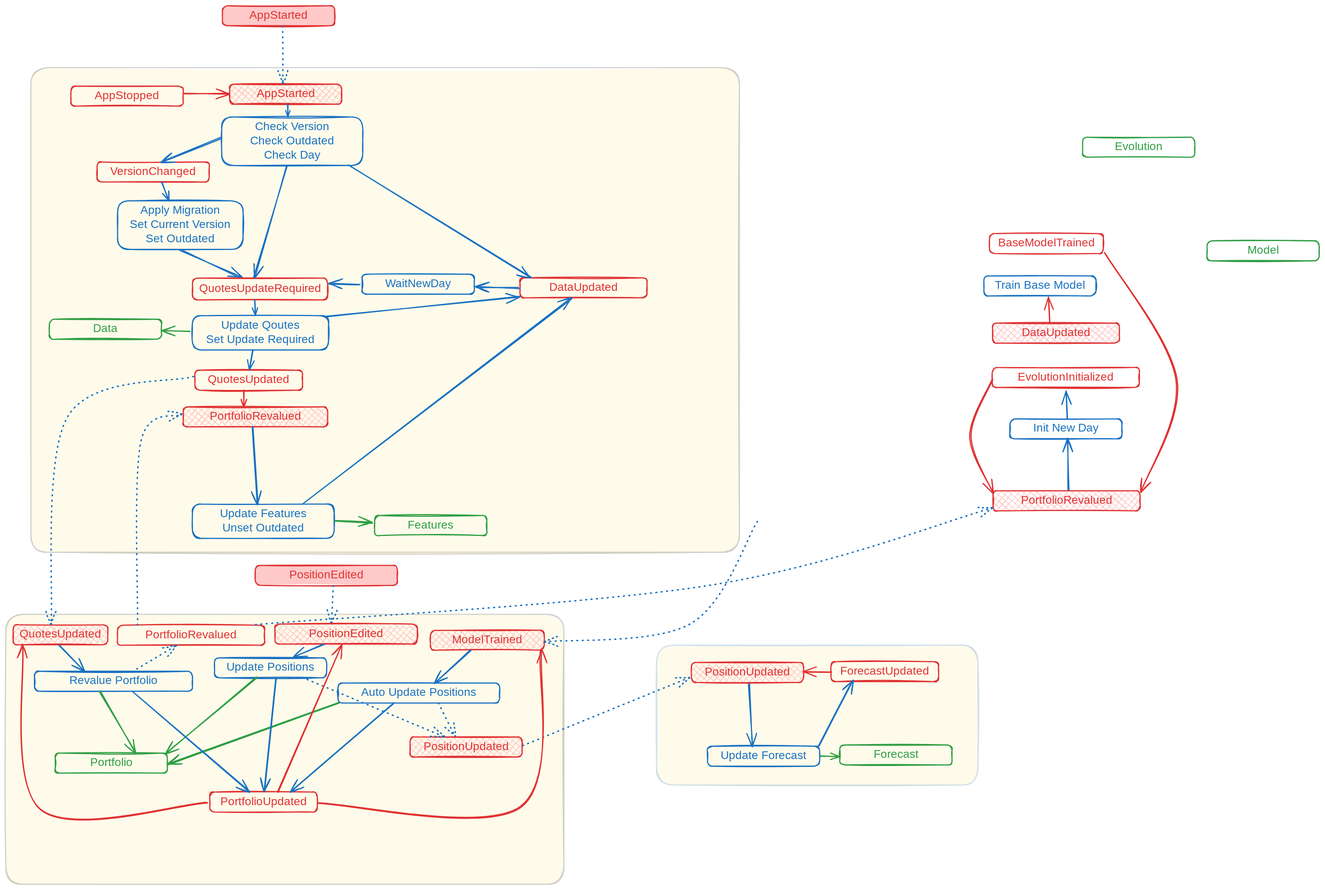
Above: docs/fsm.excalidraw.svg in WLM1ke/poptimizer (Excalidraw), before the change. Source tidied: one line per element, renumbered; positions are measured from the earlier drawing's top-left corner, leaving out a move shared by most shapes.
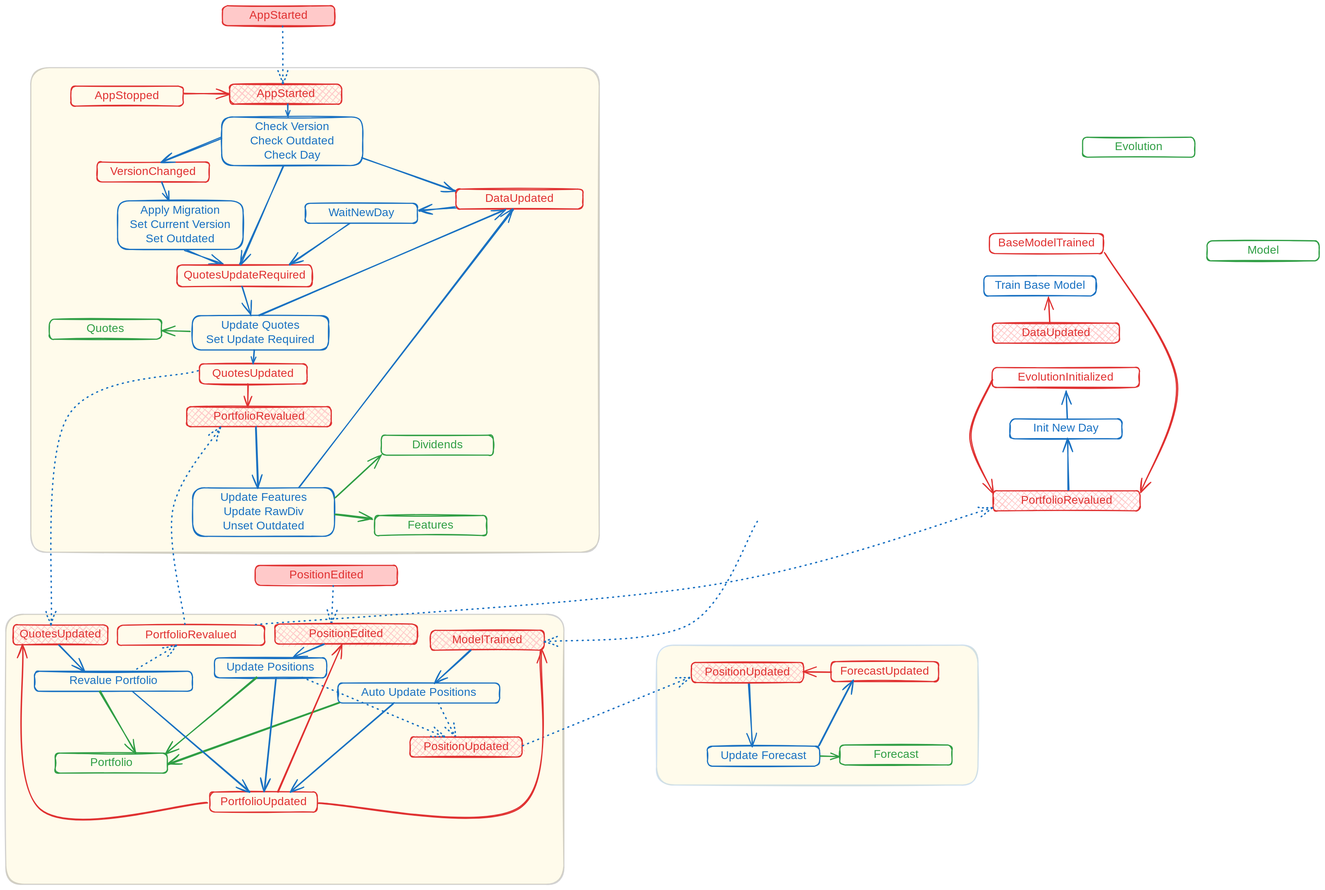
Above is the later version.

The edit, as a diff of the source:
```diff
@@ -1,2 +1,2 @@
-{"id": 0, "type": "rectangle", "strokeColor": "#1e1e1e", "backgroundColor": "#ffec99", "fillStyle": "solid", "strokeWidth": 2, "roughness": 1, "opacity": 20, "round": true, "x": 44, "y": 108, "width": 1240, "height": 849}
+{"id": 0, "type": "rectangle", "strokeColor": "#1e1e1e", "backgroundColor": "#ffec99", "fillStyle": "solid", "strokeWidth": 2, "roughness": 1, "opacity": 20, "round": true, "x": 44, "y": 108, "width": 995, "height": 849}
 {"id": 1, "type": "rectangle", "strokeColor": "#1971c2", "backgroundColor": "#ffec99", "fillStyle": "solid", "strokeWidth": 2, "roughness": 1, "opacity": 20, "round": true, "x": 1139, "y": 1120, "width": 563, "height": 245}
@@ -6,3 +6,3 @@
 {"id": 5, "type": "rectangle", "strokeColor": "#2f9e44", "strokeWidth": 2, "roughness": 1, "round": true, "x": 76, "y": 549, "width": 196, "height": 35}
-{"id": 6, "type": "text", "text": "Data", "strokeColor": "#2f9e44", "strokeWidth": 2, "roughness": 1, "fontSize": 20, "fontFamily": 5, "textAlign": "center", "verticalAlign": "middle", "inside": 5, "x": 150, "y": 554, "width": 50, "height": 25}
+{"id": 6, "type": "text", "text": "Quotes", "strokeColor": "#2f9e44", "strokeWidth": 2, "roughness": 1, "fontSize": 20, "fontFamily": 5, "textAlign": "center", "verticalAlign": "middle", "inside": 5, "x": 139, "y": 554, "width": 71, "height": 25}
 {"id": 7, "type": "rectangle", "strokeColor": "#2f9e44", "strokeWidth": 2, "roughness": 1, "round": true, "x": 86, "y": 1309, "width": 196, "height": 35}
@@ -18,3 +18,3 @@
 {"id": 17, "type": "rectangle", "strokeColor": "#1971c2", "strokeWidth": 2, "roughness": 1, "round": true, "x": 326, "y": 543, "width": 238, "height": 60}
-{"id": 18, "type": "text", "text": "Update Qoutes\nSet Update Required", "strokeColor": "#1971c2", "strokeWidth": 2, "roughness": 1, "fontSize": 20, "fontFamily": 5, "textAlign": "center", "verticalAlign": "middle", "inside": 17, "x": 344, "y": 548, "width": 204, "height": 50}
+{"id": 18, "type": "text", "text": "Update Quotes\nSet Update Required", "strokeColor": "#1971c2", "strokeWidth": 2, "roughness": 1, "fontSize": 20, "fontFamily": 5, "textAlign": "center", "verticalAlign": "middle", "inside": 17, "x": 344, "y": 548, "width": 204, "height": 50}
 {"id": 19, "type": "rectangle", "strokeColor": "#1971c2", "strokeWidth": 2, "roughness": 1, "round": true, "x": 50, "y": 1166, "width": 277, "height": 35}
@@ -26,3 +26,3 @@
 {"id": 25, "type": "text", "text": "Update Positions", "strokeColor": "#1971c2", "strokeWidth": 2, "roughness": 1, "fontSize": 20, "fontFamily": 5, "textAlign": "center", "verticalAlign": "middle", "inside": 24, "x": 379, "y": 1147, "width": 169, "height": 25}
-{"id": 26, "type": "arrow", "strokeColor": "#1971c2", "strokeWidth": 2, "roughness": 1, "endArrowhead": "arrow", "round": true, "from": 39, "to": 42, "x": 305, "y": 428, "width": 107, "height": 49, "points": [[0, 0], [107, 49]]}
+{"id": 26, "type": "arrow", "strokeColor": "#1971c2", "strokeWidth": 2, "roughness": 1, "endArrowhead": "arrow", "round": true, "from": 39, "to": 42, "x": 313, "y": 428, "width": 66, "height": 26, "points": [[0, 0], [66, 26]]}
 {"id": 27, "type": "arrow", "strokeColor": "#2f9e44", "strokeWidth": 2, "roughness": 1, "endArrowhead": "arrow", "round": true, "from": 19, "to": 7, "x": 164, "y": 1202, "width": 63, "height": 107, "points": [[0, 0], [63, 107]]}
@@ -42,10 +42,10 @@
 {"id": 41, "type": "arrow", "strokeColor": "#2f9e44", "backgroundColor": "#ffec99", "fillStyle": "solid", "strokeWidth": 2, "roughness": 1, "endArrowhead": "arrow", "round": true, "from": 17, "to": 5, "x": 323, "y": 571, "width": 49, "height": 2, "points": [[0, 0], [-49, -2]]}
-{"id": 42, "type": "rectangle", "strokeColor": "#e03131", "strokeWidth": 2, "roughness": 1, "round": true, "x": 327, "y": 477, "width": 237, "height": 38}
+{"id": 42, "type": "rectangle", "strokeColor": "#e03131", "strokeWidth": 2, "roughness": 1, "round": true, "x": 300, "y": 454, "width": 237, "height": 38}
-{"id": 43, "type": "text", "text": "QuotesUpdateRequired", "strokeColor": "#e03131", "strokeWidth": 2, "roughness": 1, "fontSize": 20, "fontFamily": 5, "textAlign": "center", "verticalAlign": "middle", "inside": 42, "x": 333, "y": 484, "width": 224, "height": 25}
+{"id": 43, "type": "text", "text": "QuotesUpdateRequired", "strokeColor": "#e03131", "strokeWidth": 2, "roughness": 1, "fontSize": 20, "fontFamily": 5, "textAlign": "center", "verticalAlign": "middle", "inside": 42, "x": 306, "y": 461, "width": 224, "height": 25}
-{"id": 44, "type": "rectangle", "strokeColor": "#e03131", "strokeWidth": 2, "roughness": 1, "round": true, "x": 900, "y": 477, "width": 222, "height": 35}
+{"id": 44, "type": "rectangle", "strokeColor": "#e03131", "strokeWidth": 2, "roughness": 1, "round": true, "x": 788, "y": 321, "width": 222, "height": 35}
-{"id": 45, "type": "text", "text": "DataUpdated", "strokeColor": "#e03131", "strokeWidth": 2, "roughness": 1, "fontSize": 20, "fontFamily": 5, "textAlign": "center", "verticalAlign": "middle", "inside": 44, "x": 945, "y": 482, "width": 133, "height": 25}
+{"id": 45, "type": "text", "text": "DataUpdated", "strokeColor": "#e03131", "strokeWidth": 2, "roughness": 1, "fontSize": 20, "fontFamily": 5, "textAlign": "center", "verticalAlign": "middle", "inside": 44, "x": 833, "y": 326, "width": 133, "height": 25}
-{"id": 46, "type": "arrow", "strokeColor": "#1971c2", "strokeWidth": 2, "roughness": 1, "endArrowhead": "arrow", "round": true, "from": 42, "to": 17, "x": 435, "y": 515, "width": 1, "height": 27, "points": [[0, 0], [1, 27]]}
+{"id": 46, "type": "arrow", "strokeColor": "#1971c2", "strokeWidth": 2, "roughness": 1, "endArrowhead": "arrow", "round": true, "from": 42, "to": 17, "x": 413, "y": 492, "width": 15, "height": 50, "points": [[0, 0], [15, 50]]}
-{"id": 47, "type": "rectangle", "strokeColor": "#e03131", "strokeWidth": 2, "roughness": 1, "round": true, "x": 331, "y": 638, "width": 188, "height": 35}
+{"id": 47, "type": "rectangle", "strokeColor": "#e03131", "strokeWidth": 2, "roughness": 1, "round": true, "x": 339, "y": 627, "width": 188, "height": 35}
-{"id": 48, "type": "text", "text": "QuotesUpdated", "strokeColor": "#e03131", "strokeWidth": 2, "roughness": 1, "fontSize": 20, "fontFamily": 5, "textAlign": "center", "verticalAlign": "middle", "inside": 47, "x": 348, "y": 643, "width": 154, "height": 25}
+{"id": 48, "type": "text", "text": "QuotesUpdated", "strokeColor": "#e03131", "strokeWidth": 2, "roughness": 1, "fontSize": 20, "fontFamily": 5, "textAlign": "center", "verticalAlign": "middle", "inside": 47, "x": 356, "y": 632, "width": 154, "height": 25}
-{"id": 49, "type": "arrow", "strokeColor": "#1971c2", "strokeWidth": 2, "roughness": 1, "endArrowhead": "arrow", "round": true, "from": 17, "to": 47, "x": 433, "y": 603, "width": 7, "height": 35, "points": [[0, 0], [-7, 35]]}
+{"id": 49, "type": "arrow", "strokeColor": "#1971c2", "strokeWidth": 2, "roughness": 1, "endArrowhead": "arrow", "round": true, "from": 17, "to": 47, "x": 435, "y": 603, "width": 3, "height": 24, "points": [[0, 0], [-3, 24]]}
 {"id": 50, "type": "rectangle", "strokeColor": "#e03131", "backgroundColor": "#ffc9c9", "fillStyle": "cross-hatch", "strokeWidth": 2, "roughness": 1, "round": true, "x": 13, "y": 1084, "width": 166, "height": 35}
@@ -56,7 +56,7 @@
 {"id": 55, "type": "arrow", "strokeColor": "#1971c2", "backgroundColor": "#ffc9c9", "fillStyle": "solid", "strokeWidth": 2, "strokeStyle": "dotted", "roughness": 1, "endArrowhead": "arrow", "round": true, "from": 19, "to": 53, "x": 221, "y": 1166, "width": 77, "height": 45, "points": [[0, 0], [77, -45]]}
-{"id": 56, "type": "rectangle", "strokeColor": "#e03131", "backgroundColor": "#ffc9c9", "fillStyle": "cross-hatch", "strokeWidth": 2, "roughness": 1, "round": true, "x": 310, "y": 703, "width": 253, "height": 35}
+{"id": 56, "type": "rectangle", "strokeColor": "#e03131", "backgroundColor": "#ffc9c9", "fillStyle": "cross-hatch", "strokeWidth": 2, "roughness": 1, "round": true, "x": 317, "y": 702, "width": 253, "height": 35}
-{"id": 57, "type": "text", "text": "PortfolioRevalued", "strokeColor": "#e03131", "strokeWidth": 2, "roughness": 1, "fontSize": 20, "fontFamily": 5, "textAlign": "center", "verticalAlign": "middle", "inside": 56, "x": 350, "y": 708, "width": 174, "height": 25}
+{"id": 57, "type": "text", "text": "PortfolioRevalued", "strokeColor": "#e03131", "strokeWidth": 2, "roughness": 1, "fontSize": 20, "fontFamily": 5, "textAlign": "center", "verticalAlign": "middle", "inside": 56, "x": 356, "y": 707, "width": 174, "height": 25}
-{"id": 58, "type": "rectangle", "strokeColor": "#1971c2", "strokeWidth": 2, "roughness": 1, "round": true, "x": 327, "y": 873, "width": 248, "height": 60}
+{"id": 58, "type": "rectangle", "strokeColor": "#1971c2", "strokeWidth": 2, "roughness": 1, "round": true, "x": 327, "y": 844, "width": 248, "height": 85}
-{"id": 59, "type": "text", "text": "Update Features\nUnset Outdated", "strokeColor": "#1971c2", "strokeWidth": 2, "roughness": 1, "fontSize": 20, "fontFamily": 5, "textAlign": "center", "verticalAlign": "middle", "inside": 58, "x": 368, "y": 878, "width": 165, "height": 50}
+{"id": 59, "type": "text", "text": "Update Features\nUpdate RawDiv\nUnset Outdated", "strokeColor": "#1971c2", "strokeWidth": 2, "roughness": 1, "fontSize": 20, "fontFamily": 5, "textAlign": "center", "verticalAlign": "middle", "inside": 58, "x": 369, "y": 849, "width": 165, "height": 75}
-{"id": 60, "type": "arrow", "strokeColor": "#1971c2", "backgroundColor": "#ffc9c9", "fillStyle": "solid", "strokeWidth": 2, "roughness": 1, "endArrowhead": "arrow", "round": true, "from": 56, "to": 58, "x": 432, "y": 738, "width": 10, "height": 135, "points": [[0, 0], [10, 135]]}
+{"id": 60, "type": "arrow", "strokeColor": "#1971c2", "backgroundColor": "#ffc9c9", "fillStyle": "solid", "strokeWidth": 2, "roughness": 1, "endArrowhead": "arrow", "round": true, "from": 56, "to": 58, "x": 438, "y": 737, "width": 5, "height": 107, "points": [[0, 0], [5, 107]]}
 {"id": 61, "type": "rectangle", "strokeColor": "#e03131", "backgroundColor": "#ffc9c9", "fillStyle": "solid", "strokeWidth": 2, "roughness": 1, "round": true, "x": 379, "y": 0, "width": 196, "height": 35}
@@ -64,3 +64,3 @@
 {"id": 63, "type": "arrow", "strokeColor": "#1971c2", "backgroundColor": "#ffc9c9", "fillStyle": "solid", "strokeWidth": 2, "strokeStyle": "dotted", "roughness": 1, "endArrowhead": "arrow", "round": true, "from": 61, "to": 3, "x": 483, "y": 35, "width": 1, "height": 101, "points": [[0, 0], [1, 101]]}
-{"id": 64, "type": "arrow", "strokeColor": "#1971c2", "backgroundColor": "#ffc9c9", "fillStyle": "solid", "strokeWidth": 2, "roughness": 1, "endArrowhead": "arrow", "round": true, "from": 58, "to": 44, "x": 521, "y": 872, "width": 470, "height": 360, "points": [[0, 0], [470, -360]]}
+{"id": 64, "type": "arrow", "strokeColor": "#1971c2", "backgroundColor": "#ffc9c9", "fillStyle": "solid", "strokeWidth": 2, "roughness": 1, "endArrowhead": "arrow", "round": true, "from": 58, "to": 44, "x": 514, "y": 844, "width": 375, "height": 487, "points": [[0, 0], [375, -487]]}
 {"id": 65, "type": "rectangle", "strokeColor": "#e03131", "backgroundColor": "#ffc9c9", "fillStyle": "cross-hatch", "strokeWidth": 2, "roughness": 1, "round": true, "x": 471, "y": 1083, "width": 249, "height": 35}
@@ -68,3 +68,3 @@
 {"id": 67, "type": "arrow", "strokeColor": "#1971c2", "backgroundColor": "#ffc9c9", "fillStyle": "cross-hatch", "strokeWidth": 2, "roughness": 1, "endArrowhead": "arrow", "round": true, "from": 65, "to": 24, "x": 557, "y": 1118, "width": 52, "height": 23, "points": [[0, 0], [-52, 23]]}
-{"id": 68, "type": "arrow", "strokeColor": "#1971c2", "backgroundColor": "#ffc9c9", "fillStyle": "cross-hatch", "strokeWidth": 2, "strokeStyle": "dotted", "roughness": 1, "endArrowhead": "arrow", "round": true, "from": 47, "to": 50, "x": 330, "y": 650, "width": 249, "height": 434, "points": [[0, 0], [-222, 70], [-249, 434]]}
+{"id": 68, "type": "arrow", "strokeColor": "#1971c2", "backgroundColor": "#ffc9c9", "fillStyle": "cross-hatch", "strokeWidth": 2, "strokeStyle": "dotted", "roughness": 1, "endArrowhead": "arrow", "round": true, "from": 47, "to": 50, "x": 338, "y": 640, "width": 257, "height": 444, "points": [[0, 0], [-230, 80], [-257, 444]]}
 {"id": 69, "type": "rectangle", "strokeColor": "#e03131", "backgroundColor": "#ffc9c9", "fillStyle": "cross-hatch", "strokeWidth": 2, "roughness": 1, "round": true, "x": 743, "y": 1094, "width": 199, "height": 35}
@@ -115,13 +115,16 @@
 {"id": 114, "type": "arrow", "strokeColor": "#e03131", "backgroundColor": "#ffc9c9", "fillStyle": "solid", "strokeWidth": 2, "roughness": 1, "endArrowhead": "arrow", "round": true, "from": 112, "to": 110, "x": 1827, "y": 555, "width": 2, "height": 45, "points": [[0, 0], [-2, -45]]}
-{"id": 115, "type": "rectangle", "strokeColor": "#1971c2", "strokeWidth": 2, "roughness": 1, "round": true, "x": 624, "y": 470, "width": 196, "height": 35}
+{"id": 115, "type": "rectangle", "strokeColor": "#1971c2", "strokeWidth": 2, "roughness": 1, "round": true, "x": 524, "y": 346, "width": 196, "height": 35}
-{"id": 116, "type": "text", "text": "WaitNewDay", "strokeColor": "#1971c2", "strokeWidth": 2, "roughness": 1, "fontSize": 20, "fontFamily": 5, "textAlign": "center", "verticalAlign": "middle", "inside": 115, "x": 663, "y": 475, "width": 117, "height": 25}
+{"id": 116, "type": "text", "text": "WaitNewDay", "strokeColor": "#1971c2", "strokeWidth": 2, "roughness": 1, "fontSize": 20, "fontFamily": 5, "textAlign": "center", "verticalAlign": "middle", "inside": 115, "x": 564, "y": 351, "width": 117, "height": 25}
-{"id": 117, "type": "arrow", "strokeColor": "#1971c2", "backgroundColor": "#ffc9c9", "fillStyle": "solid", "strokeWidth": 2, "roughness": 1, "endArrowhead": "arrow", "round": true, "from": 15, "to": 42, "x": 491, "y": 280, "width": 57, "height": 196, "points": [[0, 0], [-57, 196]]}
+{"id": 117, "type": "arrow", "strokeColor": "#1971c2", "backgroundColor": "#ffc9c9", "fillStyle": "solid", "strokeWidth": 2, "roughness": 1, "endArrowhead": "arrow", "round": true, "from": 15, "to": 42, "x": 485, "y": 280, "width": 75, "height": 173, "points": [[0, 0], [-75, 173]]}
-{"id": 118, "type": "arrow", "strokeColor": "#1971c2", "backgroundColor": "#ffc9c9", "fillStyle": "solid", "strokeWidth": 2, "strokeStyle": "dotted", "roughness": 1, "endArrowhead": "arrow", "round": true, "from": 53, "to": 56, "x": 230, "y": 1084, "width": 80, "height": 369, "points": [[0, 0], [7, -321], [80, -369]]}
-{"id": 119, "type": "arrow", "strokeColor": "#e03131", "backgroundColor": "#ffc9c9", "fillStyle": "solid", "strokeWidth": 2, "roughness": 1, "endArrowhead": "arrow", "round": true, "from": 47, "to": 56, "x": 416, "y": 674, "width": 1, "height": 29, "points": [[0, 0], [1, 29]]}
+{"id": 119, "type": "arrow", "strokeColor": "#e03131", "backgroundColor": "#ffc9c9", "fillStyle": "solid", "strokeWidth": 2, "roughness": 1, "endArrowhead": "arrow", "round": true, "from": 47, "to": 56, "x": 424, "y": 663, "width": 0, "height": 39, "points": [[0, 0], [0, 39]]}
 {"id": 120, "type": "rectangle", "strokeColor": "#2f9e44", "strokeWidth": 2, "roughness": 1, "round": true, "x": 646, "y": 893, "width": 196, "height": 35}
 {"id": 121, "type": "text", "text": "Features", "strokeColor": "#2f9e44", "strokeWidth": 2, "roughness": 1, "fontSize": 20, "fontFamily": 5, "textAlign": "center", "verticalAlign": "middle", "inside": 120, "x": 701, "y": 898, "width": 86, "height": 25}
-{"id": 122, "type": "arrow", "strokeColor": "#1971c2", "backgroundColor": "#ffc9c9", "fillStyle": "solid", "strokeWidth": 2, "roughness": 1, "endArrowhead": "arrow", "round": true, "from": 15, "to": 44, "x": 602, "y": 280, "width": 317, "height": 196, "points": [[0, 0], [317, 196]]}
+{"id": 122, "type": "arrow", "strokeColor": "#1971c2", "backgroundColor": "#ffc9c9", "fillStyle": "solid", "strokeWidth": 2, "roughness": 1, "endArrowhead": "arrow", "round": true, "from": 15, "to": 44, "x": 625, "y": 267, "width": 162, "height": 57, "points": [[0, 0], [162, 57]]}
-{"id": 123, "type": "arrow", "strokeColor": "#1971c2", "backgroundColor": "#ffc9c9", "fillStyle": "solid", "strokeWidth": 2, "roughness": 1, "endArrowhead": "arrow", "round": true, "from": 44, "to": 115, "x": 898, "y": 494, "width": 76, "height": 1, "points": [[0, 0], [-76, -1]]}
+{"id": 123, "type": "arrow", "strokeColor": "#1971c2", "backgroundColor": "#ffc9c9", "fillStyle": "solid", "strokeWidth": 2, "roughness": 1, "endArrowhead": "arrow", "round": true, "from": 44, "to": 115, "x": 787, "y": 353, "width": 64, "height": 7, "points": [[0, 0], [-64, 7]]}
-{"id": 124, "type": "arrow", "strokeColor": "#1971c2", "backgroundColor": "#ffc9c9", "fillStyle": "solid", "strokeWidth": 2, "roughness": 1, "endArrowhead": "arrow", "round": true, "from": 115, "to": 42, "x": 619, "y": 488, "width": 54, "height": 2, "points": [[0, 0], [-54, -2]]}
+{"id": 124, "type": "arrow", "strokeColor": "#1971c2", "backgroundColor": "#ffc9c9", "fillStyle": "solid", "strokeWidth": 2, "roughness": 1, "endArrowhead": "arrow", "round": true, "from": 115, "to": 42, "x": 601, "y": 381, "width": 106, "height": 72, "points": [[0, 0], [-106, 72]]}
-{"id": 125, "type": "arrow", "strokeColor": "#1971c2", "backgroundColor": "#ffc9c9", "fillStyle": "solid", "strokeWidth": 2, "roughness": 1, "endArrowhead": "arrow", "round": true, "from": 17, "to": 44, "x": 560, "y": 545, "width": 340, "height": 36, "points": [[0, 0], [340, -36]]}
+{"id": 125, "type": "arrow", "strokeColor": "#1971c2", "backgroundColor": "#ffc9c9", "fillStyle": "solid", "strokeWidth": 2, "roughness": 1, "endArrowhead": "arrow", "round": true, "from": 17, "to": 44, "x": 443, "y": 543, "width": 431, "height": 186, "points": [[0, 0], [431, -186]]}
-{"id": 126, "type": "arrow", "strokeColor": "#2f9e44", "backgroundColor": "#ffc9c9", "fillStyle": "solid", "strokeWidth": 2, "roughness": 1, "endArrowhead": "arrow", "round": true, "from": 58, "to": 120, "x": 576, "y": 902, "width": 66, "height": 4, "points": [[0, 0], [66, 4]]}
+{"id": 126, "type": "arrow", "strokeColor": "#2f9e44", "backgroundColor": "#ffc9c9", "fillStyle": "solid", "strokeWidth": 2, "roughness": 1, "endArrowhead": "arrow", "round": true, "from": 58, "to": 120, "x": 577, "y": 891, "width": 66, "height": 8, "points": [[0, 0], [66, 8]]}
+{"id": 127, "type": "arrow", "strokeColor": "#1971c2", "strokeWidth": 2, "strokeStyle": "dotted", "roughness": 1, "endArrowhead": "arrow", "round": true, "from": 53, "to": 56, "x": 314, "y": 1084, "width": 83, "height": 347, "points": [[0, 0], [-21, -201], [61, -347]]}
+{"id": 128, "type": "rectangle", "strokeColor": "#2f9e44", "strokeWidth": 2, "roughness": 1, "round": true, "x": 657, "y": 752, "width": 196, "height": 35}
+{"id": 129, "type": "text", "text": "Dividends", "strokeColor": "#2f9e44", "strokeWidth": 2, "roughness": 1, "fontSize": 20, "fontFamily": 5, "textAlign": "center", "verticalAlign": "middle", "inside": 128, "x": 709, "y": 757, "width": 92, "height": 25}
+{"id": 130, "type": "arrow", "strokeColor": "#2f9e44", "strokeWidth": 2, "roughness": 1, "endArrowhead": "arrow", "round": true, "from": 58, "to": 128, "x": 576, "y": 862, "width": 82, "height": 76, "points": [[0, 0], [82, -76]]}
```
